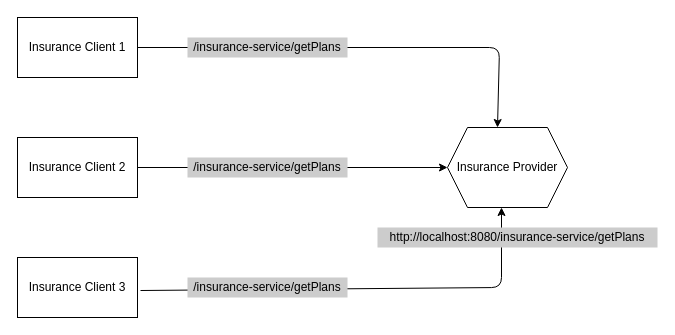
This is Untitled Diagram.drawio from ela4490/certificates, a draw.io file, before an edit. Source tidied: cells renumbered, new cells numbered last; positions are measured from the earlier drawing's top-left corner, leaving out a move shared by most shapes. Both pictures are drawn from the tidied source at 100%, with x=0, y=0 at pixel (17, 17).
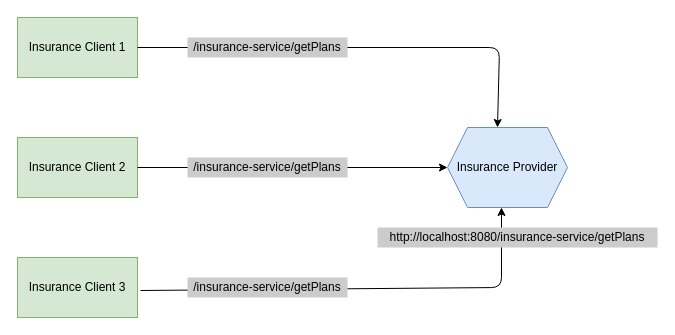
Above is the later version.

Change to the diagram source:
```diff
@@
-    <mxCell id="2" style="rounded=0;whiteSpace=wrap;html=1;" parent="1" vertex="1">
+    <mxCell id="2" style="rounded=0;whiteSpace=wrap;html=1;fillColor=#d5e8d4;strokeColor=#82b366;" parent="1" vertex="1">
       <mxGeometry width="120" height="60" as="geometry" />
     </mxCell>
-    <mxCell id="3" style="rounded=0;whiteSpace=wrap;html=1;" parent="1" vertex="1">
+    <mxCell id="3" style="rounded=0;whiteSpace=wrap;html=1;fillColor=#d5e8d4;strokeColor=#82b366;" parent="1" vertex="1">
       <mxGeometry y="120" width="120" height="60" as="geometry" />
     </mxCell>
-    <mxCell id="4" style="rounded=0;whiteSpace=wrap;html=1;" parent="1" vertex="1">
+    <mxCell id="4" style="rounded=0;whiteSpace=wrap;html=1;fillColor=#d5e8d4;strokeColor=#82b366;" parent="1" vertex="1">
       <mxGeometry y="240" width="120" height="60" as="geometry" />
     </mxCell>
@@
-    <mxCell id="8" style="shape=hexagon;perimeter=hexagonPerimeter2;whiteSpace=wrap;html=1;fixedSize=1;" parent="1" vertex="1">
+    <mxCell id="8" style="shape=hexagon;perimeter=hexagonPerimeter2;whiteSpace=wrap;html=1;fixedSize=1;fillColor=#dae8fc;strokeColor=#6c8ebf;" parent="1" vertex="1">
       <mxGeometry x="430" y="110" width="120" height="80" as="geometry" />
     </mxCell>
```
